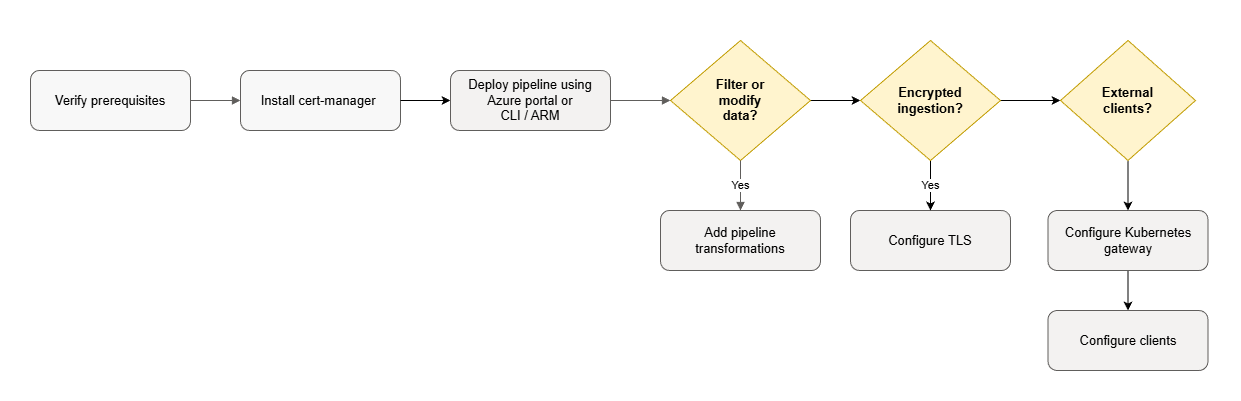
The draw.io diagram articles/azure-monitor/data-collection/media/pipeline-configure/pipeline-setup-flow.png in MicrosoftDocs/azure-monitor-docs, before a commit. Source tidied: cells renumbered, new cells last; positions are measured from the earlier drawing's top-left corner, leaving out a move shared by most shapes.
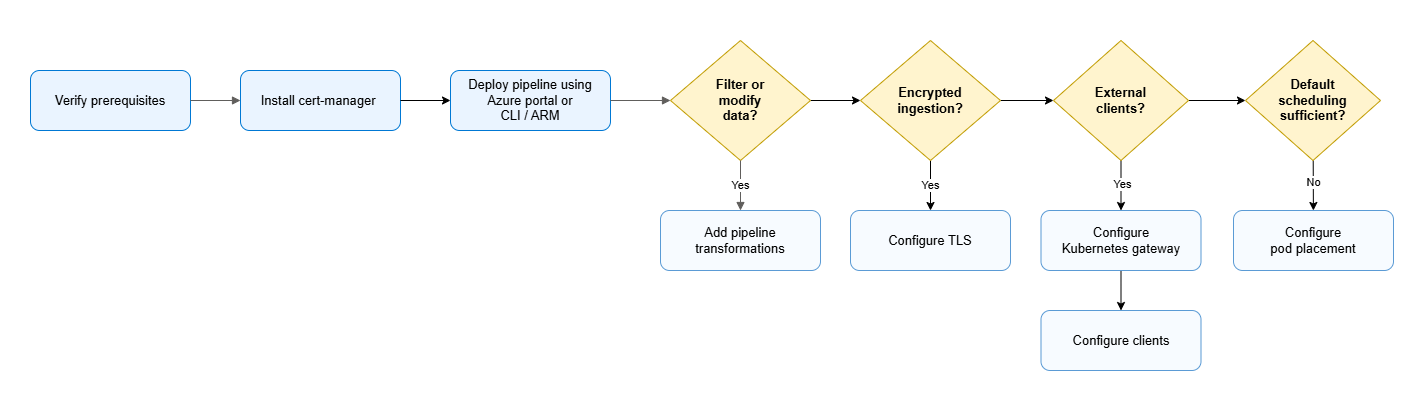
The same file after the commit.

Diff of the diagram source:
```diff
@@ -3,30 +3,30 @@
     <mxCell id="0" />
     <mxCell id="1" parent="0" />
     <mxCell id="2" style="rounded=0;whiteSpace=wrap;html=1;strokeColor=#FFFFFF;" parent="1" vertex="1">
-      <mxGeometry width="1240" height="400" as="geometry" />
+      <mxGeometry width="1420" height="400" as="geometry" />
     </mxCell>
-    <mxCell id="3" value="Verify prerequisites" style="rounded=1;whiteSpace=wrap;html=1;fillColor=#F8F8F8;strokeColor=#605E5C;fontSize=13;" parent="1" vertex="1">
+    <mxCell id="3" value="Verify prerequisites" style="rounded=1;whiteSpace=wrap;html=1;fillColor=#EAF4FF;strokeColor=#0078D4;fontSize=13;" parent="1" vertex="1">
       <mxGeometry x="30" y="70" width="160" height="60" as="geometry" />
     </mxCell>
-    <mxCell id="4" value="Install cert-manager&amp;nbsp;" style="rounded=1;whiteSpace=wrap;html=1;fillColor=#F8F8F8;strokeColor=#605E5C;fontSize=13;" parent="1" vertex="1">
+    <mxCell id="4" value="Install cert-manager&amp;nbsp;" style="rounded=1;whiteSpace=wrap;html=1;fillColor=#EAF4FF;strokeColor=#0078D4;fontSize=13;" parent="1" vertex="1">
       <mxGeometry x="240" y="70" width="160" height="60" as="geometry" />
     </mxCell>
     <mxCell id="5" style="edgeStyle=none;html=1;" parent="1" edge="1" source="4" target="6">
       <mxGeometry relative="1" as="geometry" />
     </mxCell>
-    <mxCell id="6" value="Deploy pipeline using &lt;br&gt;Azure portal or &lt;br&gt;CLI / ARM" style="rounded=1;whiteSpace=wrap;html=1;fillColor=#F3F2F1;strokeColor=#605E5C;fontSize=13;" parent="1" vertex="1">
+    <mxCell id="6" value="Deploy pipeline using &lt;br&gt;Azure portal or &lt;br&gt;CLI / ARM" style="rounded=1;whiteSpace=wrap;html=1;fillColor=#EAF4FF;strokeColor=#0078D4;fontSize=13;" parent="1" vertex="1">
       <mxGeometry x="450" y="70" width="160" height="60" as="geometry" />
     </mxCell>
     <mxCell id="7" style="edgeStyle=none;html=1;" parent="1" edge="1" source="8" target="9">
       <mxGeometry relative="1" as="geometry" />
     </mxCell>
-    <mxCell id="8" value="Configure Kubernetes gateway" style="rounded=1;whiteSpace=wrap;html=1;fillColor=#F3F2F1;strokeColor=#605E5C;fontSize=13;" parent="1" vertex="1">
-      <mxGeometry x="1047.5" y="210" width="160" height="60" as="geometry" />
+    <mxCell id="8" value="Configure&lt;br&gt;Kubernetes gateway" style="rounded=1;whiteSpace=wrap;html=1;fillColor=#F7FBFF;strokeColor=#5B9BD5;fontSize=13;" parent="1" vertex="1">
+      <mxGeometry x="1040.5" y="210" width="160" height="60" as="geometry" />
     </mxCell>
-    <mxCell id="9" value="Configure clients" style="rounded=1;whiteSpace=wrap;html=1;fillColor=#F3F2F1;strokeColor=#605E5C;fontSize=13;" parent="1" vertex="1">
-      <mxGeometry x="1047.5" y="310" width="160" height="60" as="geometry" />
+    <mxCell id="9" value="Configure clients" style="rounded=1;whiteSpace=wrap;html=1;fillColor=#F7FBFF;strokeColor=#5B9BD5;fontSize=13;" parent="1" vertex="1">
+      <mxGeometry x="1040.5" y="310" width="160" height="60" as="geometry" />
     </mxCell>
-    <mxCell id="10" value="Configure TLS" style="rounded=1;whiteSpace=wrap;html=1;fillColor=#F3F2F1;strokeColor=#605E5C;fontSize=13;" parent="1" vertex="1">
+    <mxCell id="10" value="Configure TLS" style="rounded=1;whiteSpace=wrap;html=1;fillColor=#F7FBFF;strokeColor=#5B9BD5;fontSize=13;" parent="1" vertex="1">
       <mxGeometry x="850" y="210" width="160" height="60" as="geometry" />
     </mxCell>
     <mxCell id="11" style="edgeStyle=none;html=1;exitX=1;exitY=0.5;exitDx=0;exitDy=0;entryX=0;entryY=0.5;entryDx=0;entryDy=0;" parent="1" edge="1" source="12" target="19">
@@ -35,7 +35,7 @@
     <mxCell id="12" value="Filter or &lt;br&gt;modify &lt;br&gt;data?" style="rhombus;whiteSpace=wrap;html=1;fillColor=#FFF4CE;strokeColor=#C19C00;fontSize=13;fontStyle=1;" parent="1" vertex="1">
       <mxGeometry x="670" y="40" width="140" height="120" as="geometry" />
     </mxCell>
-    <mxCell id="13" value="Add pipeline transformations" style="rounded=1;whiteSpace=wrap;html=1;fillColor=#F3F2F1;strokeColor=#605E5C;fontSize=13;" parent="1" vertex="1">
+    <mxCell id="13" value="Add pipeline transformations" style="rounded=1;whiteSpace=wrap;html=1;fillColor=#F7FBFF;strokeColor=#5B9BD5;fontSize=13;" parent="1" vertex="1">
       <mxGeometry x="660" y="210" width="160" height="60" as="geometry" />
     </mxCell>
     <mxCell id="14" style="edgeStyle=orthogonalEdgeStyle;rounded=0;jettySize=auto;html=1;endArrow=block;endFill=1;strokeColor=#605E5C;" parent="1" edge="1" source="3" target="4">
@@ -59,8 +59,26 @@
     <mxCell id="20" style="edgeStyle=none;html=1;" parent="1" edge="1" source="21" target="8">
       <mxGeometry relative="1" as="geometry" />
     </mxCell>
+    <mxCell id="22" value="Yes" style="edgeLabel;html=1;align=center;verticalAlign=middle;" parent="20" vertex="1">
+      <mxGeometry x="-0.08" y="1" relative="1" as="geometry" />
+    </mxCell>
+    <mxCell id="23" style="edgeStyle=none;html=1;" parent="1" edge="1" source="21" target="26">
+      <mxGeometry relative="1" as="geometry" />
+    </mxCell>
     <mxCell id="21" value="External&lt;div&gt;clients?&lt;/div&gt;" style="rhombus;whiteSpace=wrap;html=1;fillColor=#FFF4CE;strokeColor=#C19C00;fontSize=13;fontStyle=1;" parent="1" vertex="1">
-      <mxGeometry x="1060" y="40" width="135" height="120" as="geometry" />
+      <mxGeometry x="1053" y="40" width="135" height="120" as="geometry" />
     </mxCell>
+    <mxCell id="24" style="edgeStyle=none;html=1;" parent="1" edge="1" source="26" target="27">
+      <mxGeometry relative="1" as="geometry" />
+    </mxCell>
+    <mxCell id="25" value="No" style="edgeLabel;html=1;align=center;verticalAlign=middle;" parent="24" vertex="1">
+      <mxGeometry x="-0.12" relative="1" as="geometry" />
+    </mxCell>
+    <mxCell id="26" value="Default&lt;br&gt;scheduling sufficient?" style="rhombus;whiteSpace=wrap;html=1;fillColor=#FFF4CE;strokeColor=#C19C00;fontSize=13;fontStyle=1;" parent="1" vertex="1">
+      <mxGeometry x="1245" y="40" width="135" height="120" as="geometry" />
+    </mxCell>
+    <mxCell id="27" value="Configure&lt;br&gt;pod placement" style="rounded=1;whiteSpace=wrap;html=1;fillColor=#F7FBFF;strokeColor=#5B9BD5;fontSize=13;" parent="1" vertex="1">
+      <mxGeometry x="1233" y="210" width="160" height="60" as="geometry" />
+    </mxCell>
   </root>
 </mxGraphModel>
```
